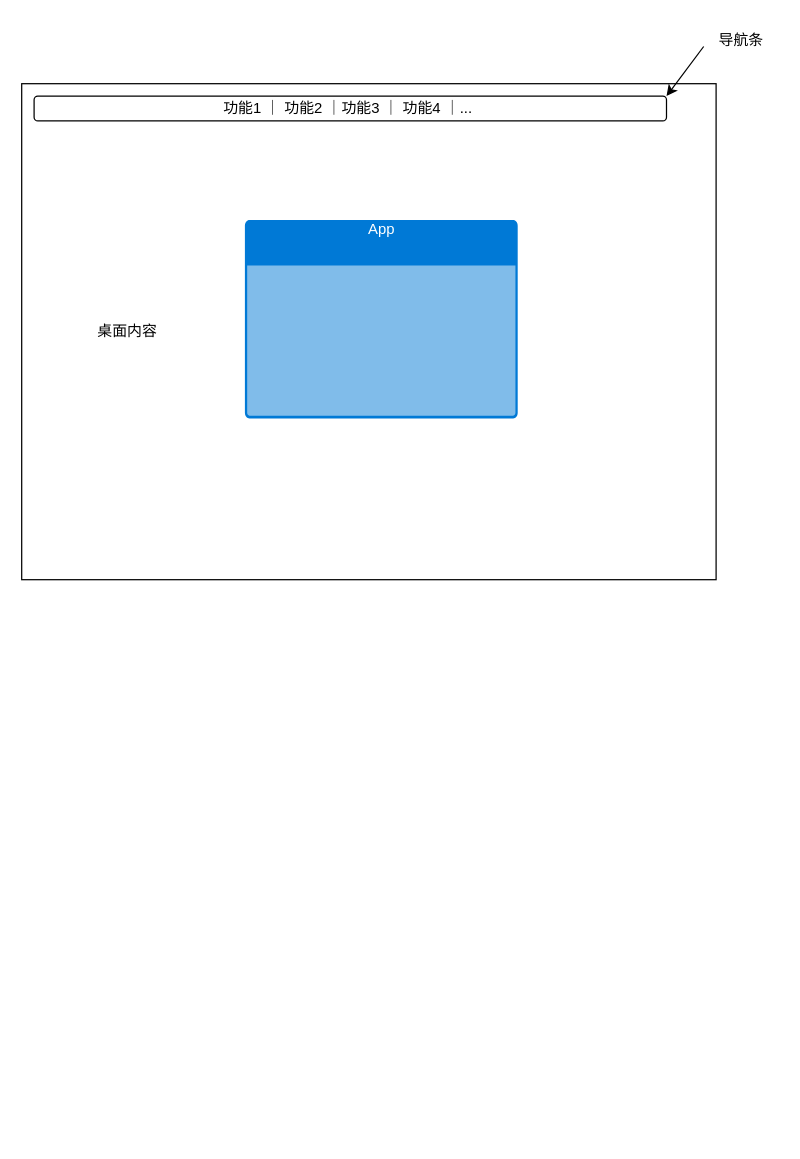
Before: 3D云应用-导航条.drawio in Fruneng/drawio-storage, a draw.io diagram. Source tidied: cells renumbered, new cells numbered last; positions are measured from the earlier drawing's top-left corner, leaving out a move shared by most shapes. Both pictures are drawn from the tidied source at 124%, with x=0, y=0 at pixel (21, 21).
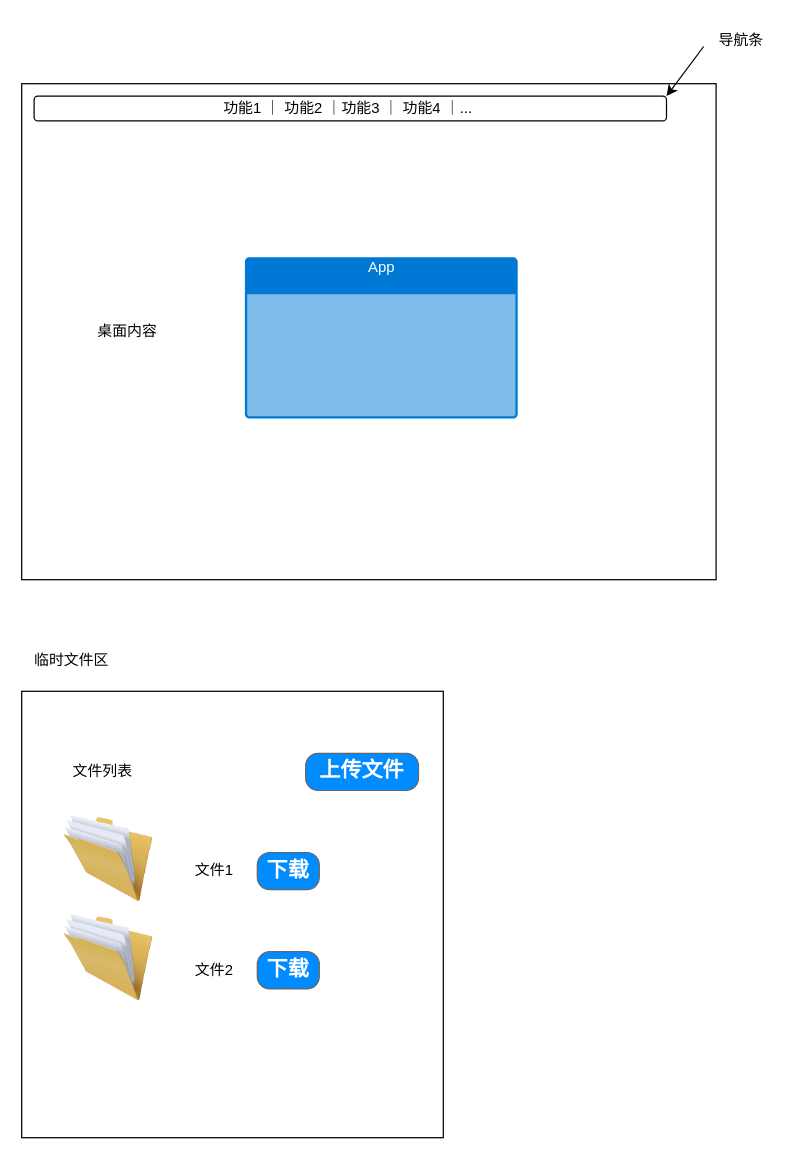
Above is the later version.

Commit message:
更新3D云应用-导航条.drawio

Change to the diagram source:
```diff
@@
 <mxGraphModel>
   <root>
     <mxCell id="0" />
     <mxCell id="1" parent="0" />
     <mxCell id="2" style="rounded=0;whiteSpace=wrap;html=1;" parent="1" vertex="1">
       <mxGeometry y="50" width="560" height="400" as="geometry" />
     </mxCell>
     <mxCell id="3" value="桌面内容" style="text;html=1;align=center;verticalAlign=middle;strokeColor=none;fillColor=none;" parent="1" vertex="1">
       <mxGeometry x="50" y="235" width="70" height="30" as="geometry" />
     </mxCell>
     <mxCell id="4" style="endArrow=classic;html=1;rounded=0;entryX=1;entryY=0;entryDx=0;entryDy=0;" parent="1" edge="1">
       <mxGeometry relative="1" as="geometry">
         <mxPoint x="550" y="20" as="sourcePoint" />
         <mxPoint x="520" y="60" as="targetPoint" />
       </mxGeometry>
     </mxCell>
     <mxCell id="5" value="导航条" style="text;html=1;align=center;verticalAlign=middle;strokeColor=none;fillColor=none;" parent="1" vertex="1">
       <mxGeometry x="550" width="60" height="30" as="geometry" />
     </mxCell>
     <mxCell id="6" value="App" style="html=1;strokeColor=none;fillColor=#0079D6;labelPosition=center;verticalLabelPosition=middle;verticalAlign=top;align=center;fontSize=12;spacingTop=-6;fontColor=#FFFFFF;sketch=0;shape=mxgraph.sitemap.page;" parent="1" vertex="1">
-      <mxGeometry x="180" y="160" width="220" height="160" as="geometry" />
+      <mxGeometry x="180" y="190" width="220" height="130" as="geometry" />
     </mxCell>
     <mxCell id="7" value="功能1 ｜ 功能2 ｜功能3 ｜ 功能4 ｜...&amp;nbsp;" style="rounded=1;whiteSpace=wrap;html=1;" parent="1" vertex="1">
       <mxGeometry x="10" y="60" width="510" height="20" as="geometry" />
     </mxCell>
+    <mxCell id="8" style="rounded=0;whiteSpace=wrap;html=1;" parent="1" vertex="1">
+      <mxGeometry y="540" width="340" height="360" as="geometry" />
+    </mxCell>
+    <mxCell id="9" value="临时文件区" style="text;html=1;align=center;verticalAlign=middle;strokeColor=none;fillColor=none;" parent="1" vertex="1">
+      <mxGeometry y="500" width="80" height="30" as="geometry" />
+    </mxCell>
+    <mxCell id="10" style="image;html=1;image=img/lib/clip_art/general/Full_Folder_128x128.png;" parent="1" vertex="1">
+      <mxGeometry x="30" y="640" width="80" height="70" as="geometry" />
+    </mxCell>
+    <mxCell id="11" value="文件1" style="text;html=1;align=center;verticalAlign=middle;strokeColor=none;fillColor=none;" parent="1" vertex="1">
+      <mxGeometry x="130" y="670" width="50" height="30" as="geometry" />
+    </mxCell>
+    <mxCell id="12" value="下载" style="strokeWidth=1;shadow=0;dashed=0;align=center;html=1;shape=mxgraph.mockup.buttons.button;strokeColor=#666666;fontColor=#ffffff;mainText=;buttonStyle=round;fontSize=17;fontStyle=1;fillColor=#008cff;whiteSpace=wrap;" parent="1" vertex="1">
+      <mxGeometry x="190" y="670" width="50" height="30" as="geometry" />
+    </mxCell>
+    <mxCell id="13" style="image;html=1;image=img/lib/clip_art/general/Full_Folder_128x128.png;" parent="1" vertex="1">
+      <mxGeometry x="30" y="720" width="80" height="70" as="geometry" />
+    </mxCell>
+    <mxCell id="14" value="文件2" style="text;html=1;align=center;verticalAlign=middle;strokeColor=none;fillColor=none;" parent="1" vertex="1">
+      <mxGeometry x="130" y="750" width="50" height="30" as="geometry" />
+    </mxCell>
+    <mxCell id="15" value="下载" style="strokeWidth=1;shadow=0;dashed=0;align=center;html=1;shape=mxgraph.mockup.buttons.button;strokeColor=#666666;fontColor=#ffffff;mainText=;buttonStyle=round;fontSize=17;fontStyle=1;fillColor=#008cff;whiteSpace=wrap;" parent="1" vertex="1">
+      <mxGeometry x="190" y="750" width="50" height="30" as="geometry" />
+    </mxCell>
+    <mxCell id="16" value="上传文件" style="strokeWidth=1;shadow=0;dashed=0;align=center;html=1;shape=mxgraph.mockup.buttons.button;strokeColor=#666666;fontColor=#ffffff;mainText=;buttonStyle=round;fontSize=17;fontStyle=1;fillColor=#008cff;whiteSpace=wrap;" parent="1" vertex="1">
+      <mxGeometry x="229" y="590" width="91" height="30" as="geometry" />
+    </mxCell>
+    <mxCell id="17" value="文件列表" style="text;html=1;align=center;verticalAlign=middle;strokeColor=none;fillColor=none;" parent="1" vertex="1">
+      <mxGeometry x="30" y="590" width="70" height="30" as="geometry" />
+    </mxCell>
   </root>
 </mxGraphModel>
```
